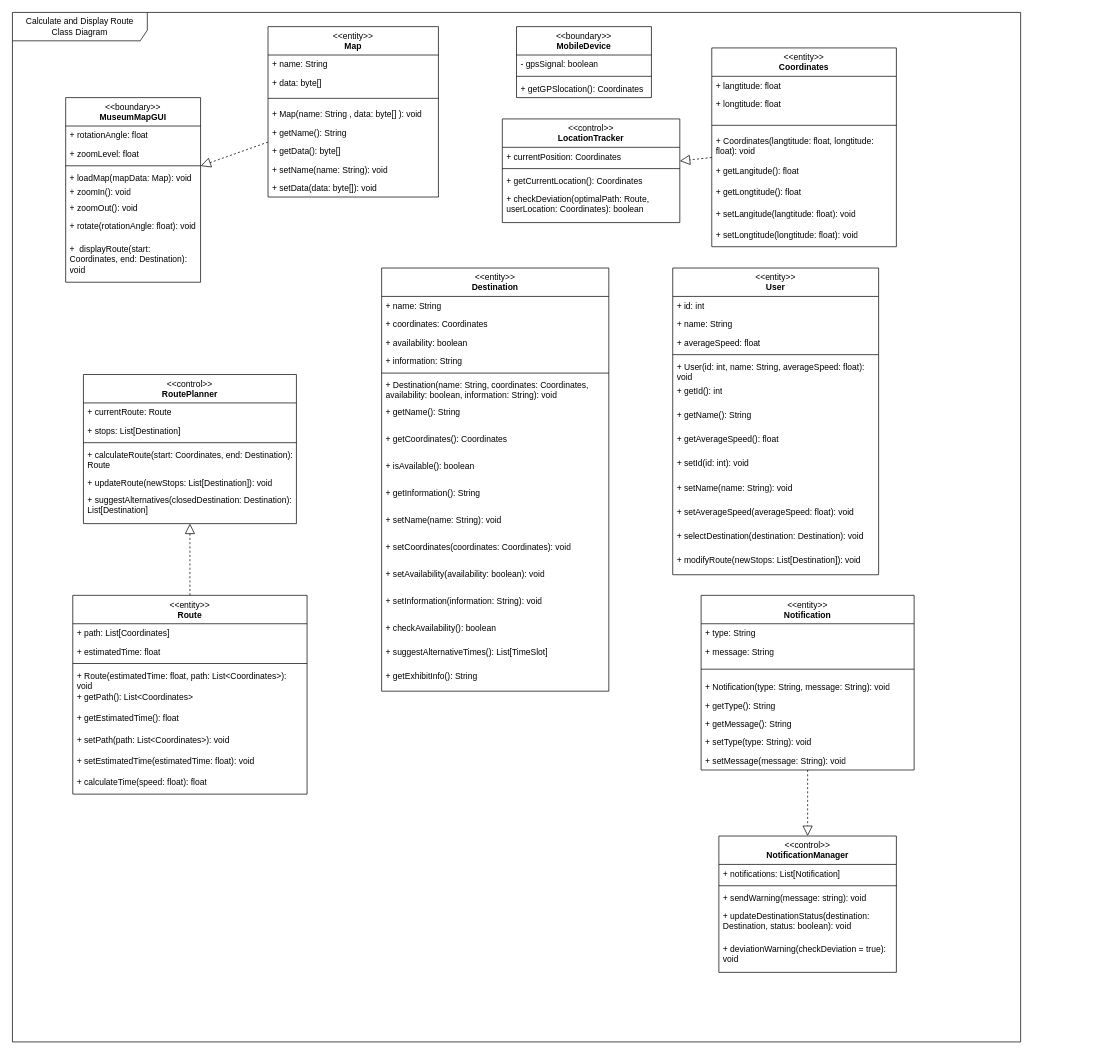
This is Class Diagrams/Calculate and Display Route.drawio from gsklaven/MusePath, a draw.io file, before an edit. Source tidied: cells renumbered, new cells numbered last; positions are measured from the earlier drawing's top-left corner, leaving out a move shared by most shapes. Both pictures are drawn from the tidied source at 71%, with x=0, y=0 at pixel (12, 12).
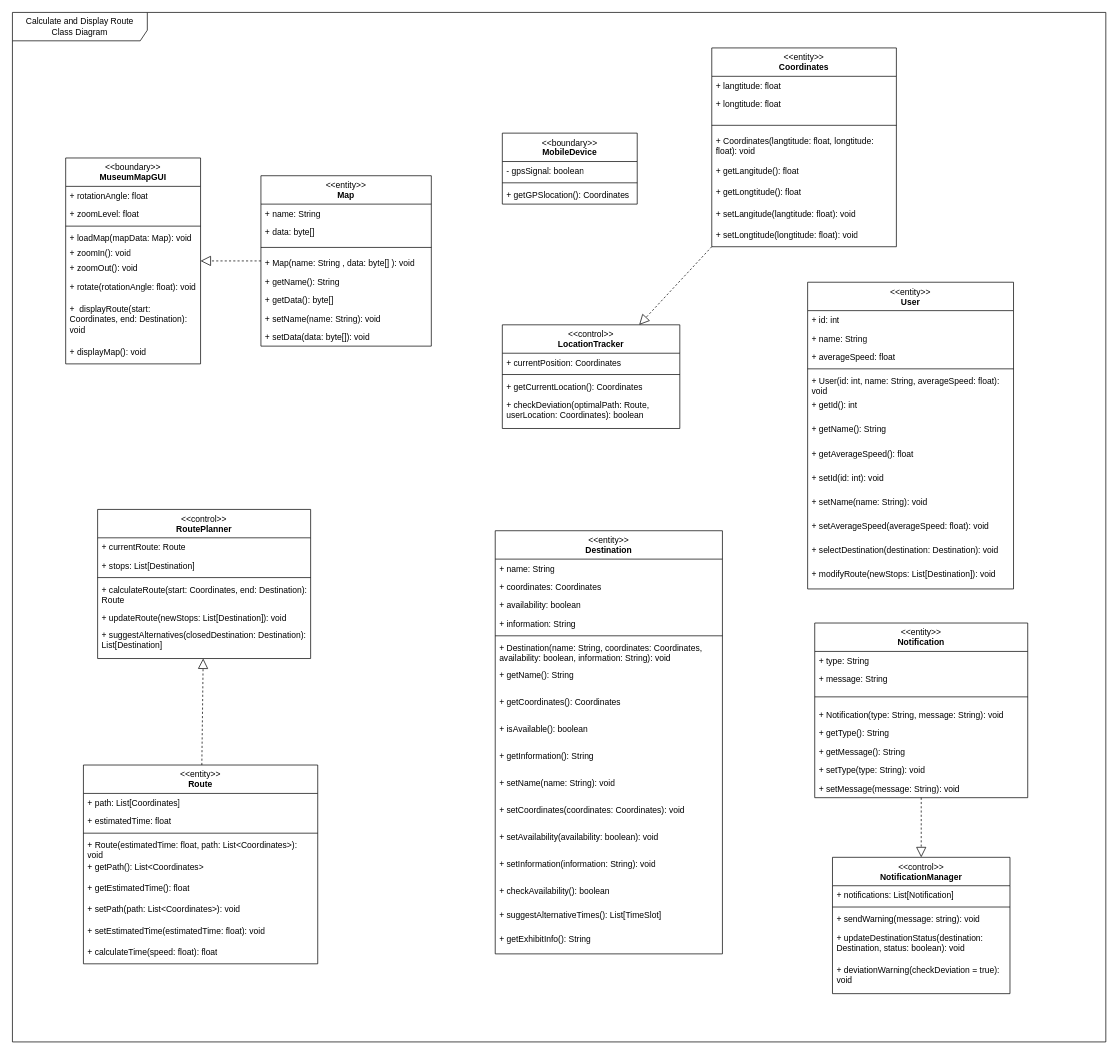
The same page after the edit.

Commit message:
reorganizing the class boxes

What changed in the source:
```diff
@@
     <mxCell id="2" value="&lt;div&gt;&lt;span style=&quot;font-weight: normal;&quot;&gt;&amp;lt;&amp;lt;boundary&amp;gt;&amp;gt;&lt;/span&gt;&lt;/div&gt;MuseumMapGUI" style="swimlane;fontStyle=1;align=center;verticalAlign=top;horizontal=1;startSize=40;whiteSpace=wrap;html=1;" parent="1" vertex="1">
-      <mxGeometry x="75" y="120" width="190" height="260" as="geometry" />
+      <mxGeometry x="75" y="205" width="190" height="290" as="geometry" />
     </mxCell>
@@
+    <mxCell id="107" value="+&amp;nbsp;displayMap(): void" style="text;strokeColor=none;fillColor=none;align=left;verticalAlign=top;spacingLeft=4;spacingRight=4;overflow=hidden;whiteSpace=wrap;html=1;" parent="2" vertex="1">
+      <mxGeometry y="260" width="190" height="30" as="geometry" />
+    </mxCell>
     <mxCell id="11" value="Calculate and Display Route&lt;div&gt;Class Diagram&lt;/div&gt;" style="shape=umlFrame;whiteSpace=wrap;html=1;width=190;height=40;" parent="1" vertex="1">
-      <mxGeometry width="1420" height="1450" as="geometry" />
+      <mxGeometry width="1540" height="1450" as="geometry" />
     </mxCell>
     <mxCell id="12" value="&lt;div&gt;&lt;span style=&quot;font-weight: normal;&quot;&gt;&amp;lt;&amp;lt;boundary&amp;gt;&amp;gt;&lt;/span&gt;&lt;/div&gt;MobileDevice" style="swimlane;fontStyle=1;align=center;verticalAlign=top;horizontal=1;startSize=40;whiteSpace=wrap;html=1;" parent="1" vertex="1">
-      <mxGeometry x="710" y="20" width="190" height="100" as="geometry" />
+      <mxGeometry x="690" y="170" width="190" height="100" as="geometry" />
     </mxCell>
@@
     <mxCell id="16" value="&lt;div&gt;&lt;span style=&quot;font-weight: normal;&quot;&gt;&amp;lt;&amp;lt;entity&amp;gt;&amp;gt;&lt;/span&gt;&lt;/div&gt;User" style="swimlane;fontStyle=1;align=center;verticalAlign=top;horizontal=1;startSize=40;whiteSpace=wrap;html=1;" parent="1" vertex="1">
-      <mxGeometry x="930" y="360" width="290" height="432" as="geometry" />
+      <mxGeometry x="1120" y="380" width="290" height="432" as="geometry" />
     </mxCell>
@@
     <mxCell id="30" value="&lt;div&gt;&lt;span style=&quot;font-weight: normal;&quot;&gt;&amp;lt;&amp;lt;entity&amp;gt;&amp;gt;&lt;/span&gt;&lt;/div&gt;Destination" style="swimlane;fontStyle=1;align=center;verticalAlign=top;horizontal=1;startSize=40;whiteSpace=wrap;html=1;" parent="1" vertex="1">
-      <mxGeometry x="520" y="360" width="320" height="596" as="geometry" />
+      <mxGeometry x="680" y="730" width="320" height="596" as="geometry" />
     </mxCell>
@@
     <mxCell id="48" value="&lt;div&gt;&lt;span style=&quot;font-weight: normal;&quot;&gt;&amp;lt;&amp;lt;entity&amp;gt;&amp;gt;&lt;/span&gt;&lt;/div&gt;Route" style="swimlane;fontStyle=1;align=center;verticalAlign=top;horizontal=1;startSize=40;whiteSpace=wrap;html=1;" parent="1" vertex="1">
-      <mxGeometry x="85" y="821" width="330" height="280" as="geometry" />
+      <mxGeometry x="100" y="1060" width="330" height="280" as="geometry" />
     </mxCell>
@@
     <mxCell id="58" value="&lt;div&gt;&lt;span style=&quot;font-weight: normal;&quot;&gt;&amp;lt;&amp;lt;control&amp;gt;&amp;gt;&lt;/span&gt;&lt;/div&gt;RoutePlanner" style="swimlane;fontStyle=1;align=center;verticalAlign=top;horizontal=1;startSize=40;whiteSpace=wrap;html=1;" parent="1" vertex="1">
-      <mxGeometry x="100" y="510" width="300" height="210" as="geometry" />
+      <mxGeometry x="120" y="700" width="300" height="210" as="geometry" />
     </mxCell>
@@
     <mxCell id="65" value="&lt;div&gt;&lt;span style=&quot;font-weight: normal;&quot;&gt;&amp;lt;&amp;lt;control&amp;gt;&amp;gt;&lt;/span&gt;&lt;/div&gt;NotificationManager" style="swimlane;fontStyle=1;align=center;verticalAlign=top;horizontal=1;startSize=40;whiteSpace=wrap;html=1;" parent="1" vertex="1">
-      <mxGeometry x="995" y="1160" width="250" height="192" as="geometry" />
+      <mxGeometry x="1155" y="1190" width="250" height="192" as="geometry" />
     </mxCell>
@@
     <mxCell id="71" value="&lt;div&gt;&lt;span style=&quot;font-weight: normal;&quot;&gt;&amp;lt;&amp;lt;control&amp;gt;&amp;gt;&lt;/span&gt;&lt;/div&gt;LocationTracker" style="swimlane;fontStyle=1;align=center;verticalAlign=top;horizontal=1;startSize=40;whiteSpace=wrap;html=1;" parent="1" vertex="1">
-      <mxGeometry x="690" y="150" width="250" height="146" as="geometry" />
+      <mxGeometry x="690" y="440" width="250" height="146" as="geometry" />
     </mxCell>
@@
     <mxCell id="85" value="&lt;div&gt;&lt;span style=&quot;font-weight: normal;&quot;&gt;&amp;lt;&amp;lt;entity&amp;gt;&amp;gt;&lt;/span&gt;&lt;/div&gt;Map" style="swimlane;fontStyle=1;align=center;verticalAlign=top;horizontal=1;startSize=40;whiteSpace=wrap;html=1;" parent="1" vertex="1">
-      <mxGeometry x="360" y="20" width="240" height="240" as="geometry" />
+      <mxGeometry x="350" y="230" width="240" height="240" as="geometry" />
     </mxCell>
@@
     <mxCell id="94" value="&lt;div&gt;&lt;span style=&quot;font-weight: normal;&quot;&gt;&amp;lt;&amp;lt;entity&amp;gt;&amp;gt;&lt;/span&gt;&lt;/div&gt;Notification" style="swimlane;fontStyle=1;align=center;verticalAlign=top;horizontal=1;startSize=40;whiteSpace=wrap;html=1;" parent="1" vertex="1">
-      <mxGeometry x="970" y="821" width="300" height="246" as="geometry" />
+      <mxGeometry x="1130" y="860" width="300" height="246" as="geometry" />
     </mxCell>
```
